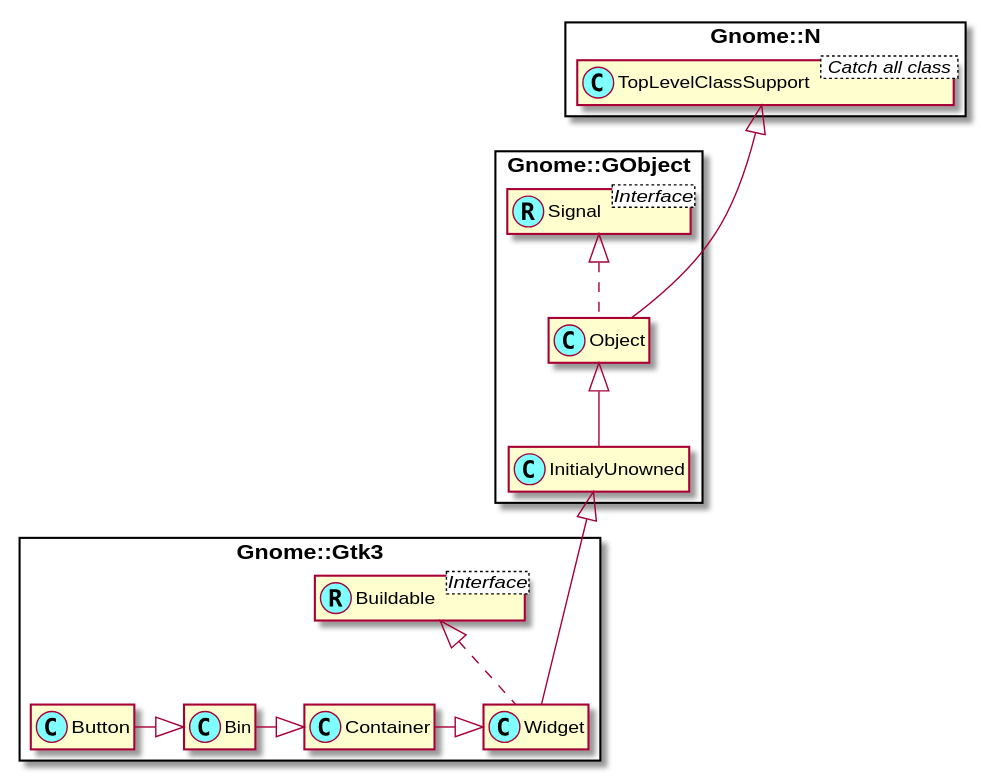
The PlantUML diagram docs/content-docs/reference/Gtk3/plantuml/Button.svg in MARTIMM/gnome-gtk3, before a commit.
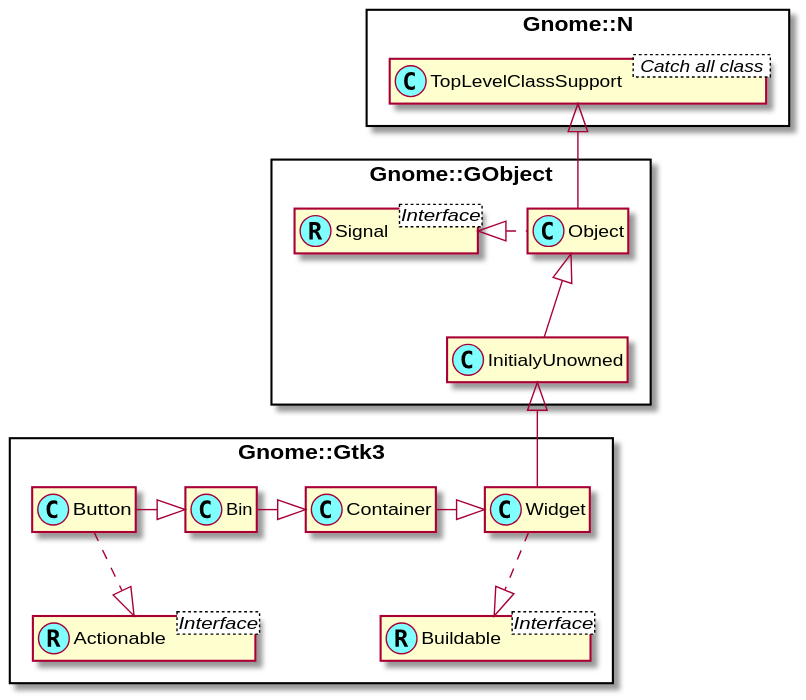
The same file after the commit.

Diff of the diagram source:
```diff
@@ -12,25 +12,20 @@
 Interface Gnome::Gtk3::Buildable <Interface>
 class Gnome::Gtk3::Buildable <<(R,#80ffff)>>
 
-class Gnome::Gtk3::Widget implements Gnome::Gtk3::Buildable
+Interface Gnome::Gtk3::Actionable <Interface>
+class Gnome::Gtk3::Actionable <<(R,#80ffff)>>
 
-Gnome::N::TopLevelClassSupport <|--- Gnome::GObject::Object
+
+Gnome::N::TopLevelClassSupport <|-- Gnome::GObject::Object
 Gnome::GObject::Object <|-- Gnome::GObject::InitialyUnowned
-Gnome::GObject::Signal <|.. Gnome::GObject::Object
+Gnome::GObject::Signal <|. Gnome::GObject::Object
 
-Gnome::GObject::InitialyUnowned <|--- Gnome::Gtk3::Widget
+Gnome::GObject::InitialyUnowned <|-- Gnome::Gtk3::Widget
+Gnome::Gtk3::Widget ..|> Gnome::Gtk3::Buildable
 
 Gnome::Gtk3::Button -|> Gnome::Gtk3::Bin
+Gnome::Gtk3::Button ..|> Gnome::Gtk3::Actionable
 Gnome::Gtk3::Bin -|> Gnome::Gtk3::Container
 Gnome::Gtk3::Container -|> Gnome::Gtk3::Widget
 
-
-
-
-
-
-
-
-
-
 @enduml
```
